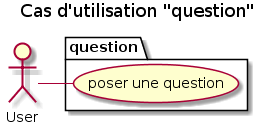
Zepmanbc/oc_dapython_pr7 keeps this PlantUML diagram as doc/img/03_UC_question.png. Above is the earlier version.
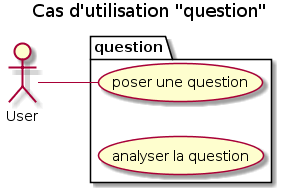
After the change.

Commit message:
corections analyse fonctionnelle

What changed in the source:
```diff
@@ -1,10 +1,14 @@
 @startuml 03_UC_question
 title Cas d'utilisation "question"
+
+left to right direction
+
 package question{
     (poser une question) as ASK
+    (analyser la question) as analyse
 }
 actor User
 
-User - ASK
+User -- ASK
 
 @enduml
```
